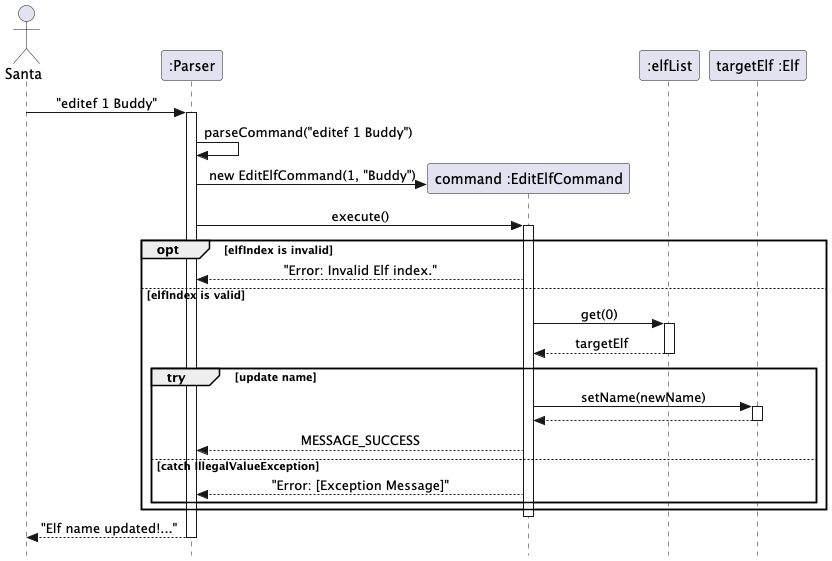
Before: docs/diagrams/EditElfSequenceDiagram.png, a diagram exported from PlantUML (Aurosky/tp). The source it was exported from:
```plantuml
@startuml
skinparam Style strictuml
skinparam SequenceMessageAlignment center

actor Santa
participant ":Parser" as Parser
participant "command :EditElfCommand" as EditElfCommand
participant ":elfList" as elfList
participant "targetElf :Elf" as Elf

Santa -> Parser : "editef 1 Buddy"
activate Parser

Parser -> Parser : parseCommand("editef 1 Buddy")
create EditElfCommand
Parser -> EditElfCommand : new EditElfCommand(1, "Buddy")

Parser -> EditElfCommand : execute()
activate EditElfCommand

opt elfIndex is invalid
    EditElfCommand --> Parser : "Error: Invalid Elf index."
else elfIndex is valid
    EditElfCommand -> elfList : get(0)
    activate elfList
    elfList --> EditElfCommand : targetElf
    deactivate elfList

    group try [update name]
        EditElfCommand -> Elf : setName(newName)
        activate Elf
        Elf --> EditElfCommand
        deactivate Elf
        EditElfCommand --> Parser : MESSAGE_SUCCESS
    else catch IllegalValueException
        EditElfCommand --> Parser : "Error: [Exception Message]"
    end
end

deactivate EditElfCommand
Parser --> Santa : "Elf name updated!..."
deactivate Parser

@enduml
```
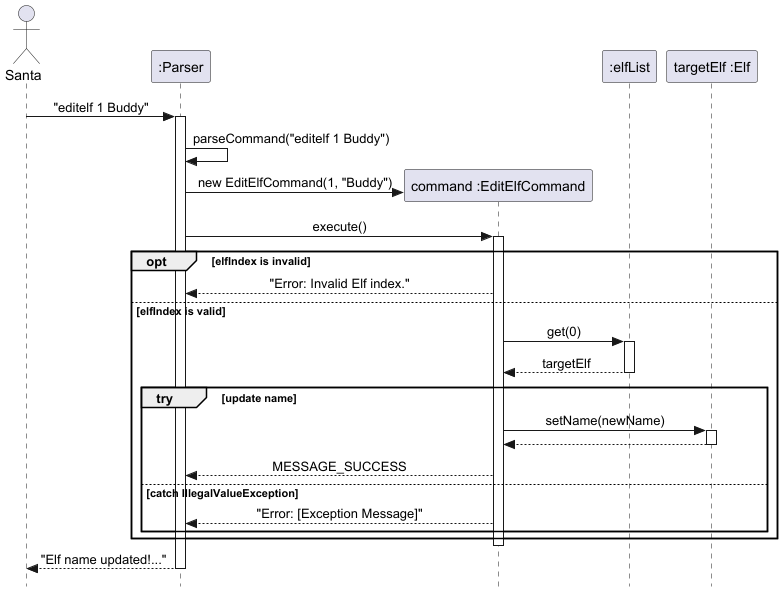
The same file after the commit.

The edit, as a diff of the source:
```diff
@@ -8,10 +8,10 @@
 participant ":elfList" as elfList
 participant "targetElf :Elf" as Elf
 
-Santa -> Parser : "editef 1 Buddy"
+Santa -> Parser : "editelf 1 Buddy"
 activate Parser
 
-Parser -> Parser : parseCommand("editef 1 Buddy")
+Parser -> Parser : parseCommand("editelf 1 Buddy")
 create EditElfCommand
 Parser -> EditElfCommand : new EditElfCommand(1, "Buddy")
 
```
